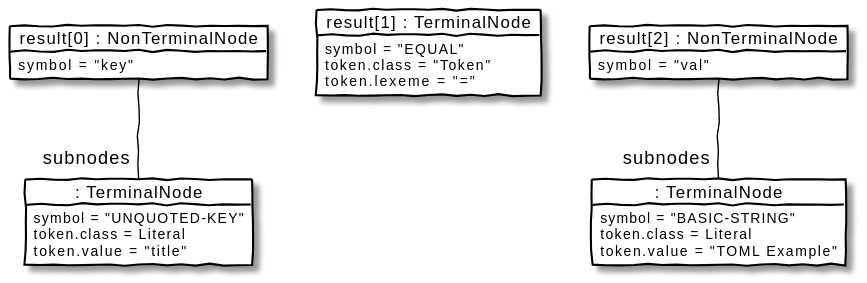
famished-tiger/Rley keeps this PlantUML diagram as www/iter_1c_result.svg. Above is the earlier version. Its diagram source:
```plantuml
@startuml
skinparam handwritten true
skinparam object {
BackgroundColor PaleGray
BorderColor Black
ArrowColor Black
}
  object "result[0] : NonTerminalNode" as o1
  o1 : symbol = "key"

  object ": TerminalNode" as o2
  o2 : symbol = "UNQUOTED-KEY"
  o2 : token.class = Literal
  o2 : token.value = "title"

  object "result[1] : TerminalNode" as o3
  o3 : symbol = "EQUAL"
  o3 : token.class = "Token"
  o3 : token.lexeme = "="

  object "result[2] : NonTerminalNode" as o4
  o4 : symbol = "val"

  object ": TerminalNode" as o5
  o5 : symbol = "BASIC-STRING"
  o5 : token.class = Literal
  o5 : token.value = "TOML Example"

  o1 -down- "subnodes" o2
  o4 -down- "subnodes" o5
@enduml
```
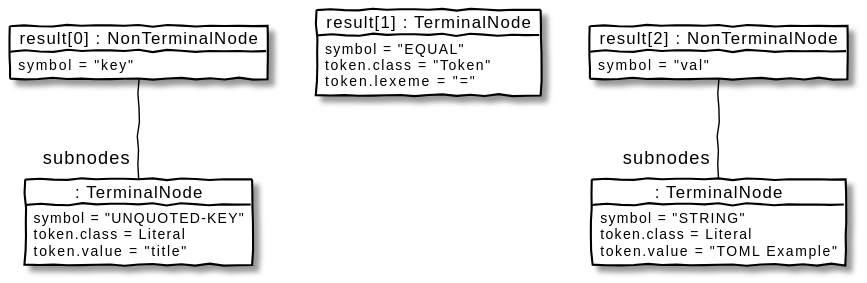
Above is the later version.

Commit message:
Tutorial: Replaced  symbol `BASIC-STRING` into `STRING`

Diff of the diagram source:
```diff
@@ -1,10 +1,10 @@
 @startuml
 skinparam handwritten true
-skinparam object {
-BackgroundColor PaleGray
-BorderColor Black
-ArrowColor Black
-}
+  skinparam object {
+    BackgroundColor PaleGray
+    BorderColor Black
+    ArrowColor Black
+  }
   object "result[0] : NonTerminalNode" as o1
   o1 : symbol = "key"
 
@@ -22,7 +22,7 @@
   o4 : symbol = "val"
 
   object ": TerminalNode" as o5
-  o5 : symbol = "BASIC-STRING"
+  o5 : symbol = "STRING"
   o5 : token.class = Literal
   o5 : token.value = "TOML Example"
 
```
